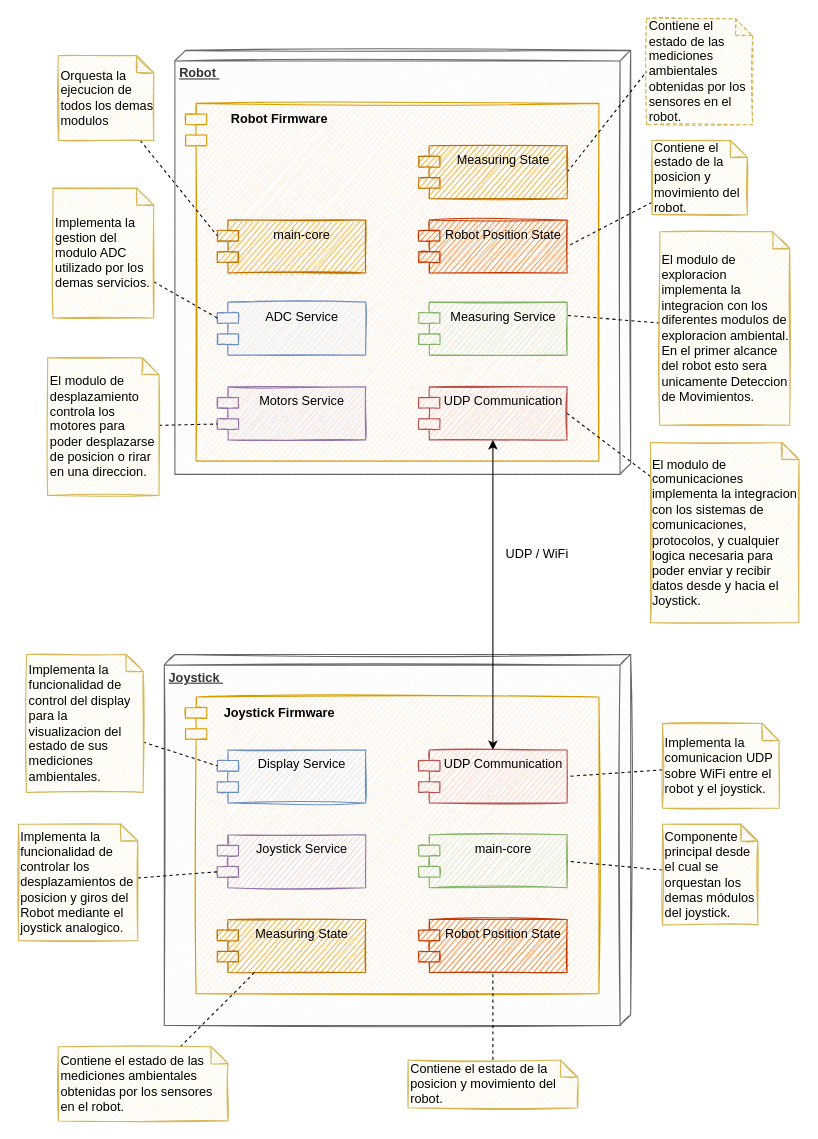
The draw.io diagram page "Arquitectura General v2" (5 of 12) of docs/ProyectoFinal.drawio in kronleuchter85/cese_proyecto_final, before the edit. Source tidied: cells renumbered, new cells numbered last; positions are measured from the earlier drawing's top-left corner, leaving out a move shared by most shapes. Both pictures are drawn from the tidied source at 106%, with x=0, y=0 at pixel (18, 18).
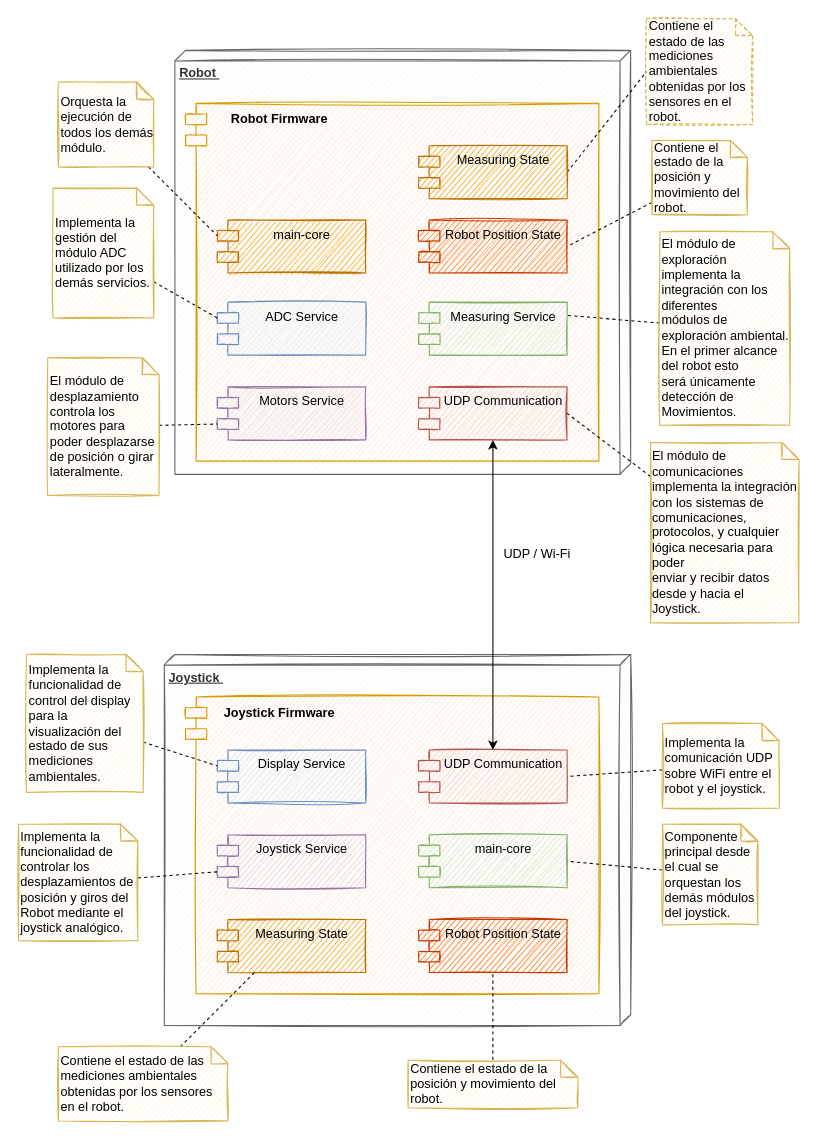
After the change.

Change to the diagram source:
```diff
@@
-    <mxCell id="10" value="El modulo de desplazamiento controla los motores para poder desplazarse de posicion o rirar en una direccion." style="shape=note;whiteSpace=wrap;html=1;backgroundOutline=1;darkOpacity=0.05;sketch=1;size=16;align=left;fillColor=#fff2cc;strokeColor=#d6b656;" parent="1" vertex="1">
+    <mxCell id="10" value="&lt;div&gt;El módulo de desplazamiento controla los motores para poder desplazarse de posición o girar lateralmente.&lt;/div&gt;" style="shape=note;whiteSpace=wrap;html=1;backgroundOutline=1;darkOpacity=0.05;sketch=1;size=16;align=left;fillColor=#fff2cc;strokeColor=#d6b656;" parent="1" vertex="1">
       <mxGeometry x="27.5" y="320" width="105" height="130" as="geometry" />
     </mxCell>
@@
-    <mxCell id="12" value="Implementa la gestion del modulo ADC utilizado por los demas servicios." style="shape=note;whiteSpace=wrap;html=1;backgroundOutline=1;darkOpacity=0.05;sketch=1;size=16;align=left;fillColor=#fff2cc;strokeColor=#d6b656;" parent="1" vertex="1">
+    <mxCell id="12" value="&lt;div&gt;Implementa la gestión del módulo ADC utilizado por los demás servicios.&lt;/div&gt;" style="shape=note;whiteSpace=wrap;html=1;backgroundOutline=1;darkOpacity=0.05;sketch=1;size=16;align=left;fillColor=#fff2cc;strokeColor=#d6b656;" parent="1" vertex="1">
       <mxGeometry x="32.5" y="160" width="95" height="122.5" as="geometry" />
     </mxCell>
@@
-    <mxCell id="14" value="El modulo de exploracion implementa la integracion con los diferentes modulos de exploracion ambiental. En el primer alcance del robot esto sera unicamente Deteccion de Movimientos.&amp;nbsp;&amp;nbsp;" style="shape=note;whiteSpace=wrap;html=1;backgroundOutline=1;darkOpacity=0.05;sketch=1;size=16;align=left;fillColor=#fff2cc;strokeColor=#d6b656;" parent="1" vertex="1">
+    <mxCell id="14" value="&lt;div&gt;&lt;br&gt;El&amp;nbsp;módulo de exploración implementa la integración con los diferentes &lt;br&gt;módulos de exploración ambiental. En el primer alcance del robot esto &lt;br&gt;será únicamente detección de Movimientos.&amp;nbsp;&amp;nbsp;&lt;br&gt;&lt;br&gt;&lt;/div&gt;" style="shape=note;whiteSpace=wrap;html=1;backgroundOutline=1;darkOpacity=0.05;sketch=1;size=16;align=left;fillColor=#fff2cc;strokeColor=#d6b656;" parent="1" vertex="1">
       <mxGeometry x="605" y="201.2" width="122.5" height="182.5" as="geometry" />
     </mxCell>
@@
-    <mxCell id="16" value="El modulo de comunicaciones implementa la integracion con los sistemas de comunicaciones, protocolos, y cualquier logica necesaria para poder enviar y recibir datos desde y hacia el Joystick.&amp;nbsp;" style="shape=note;whiteSpace=wrap;html=1;backgroundOutline=1;darkOpacity=0.05;sketch=1;size=16;align=left;fillColor=#fff2cc;strokeColor=#d6b656;" parent="1" vertex="1">
+    <mxCell id="16" value="El módulo de comunicaciones implementa la integración con los sistemas de &lt;br&gt;comunicaciones, protocolos, y cualquier lógica necesaria para poder &lt;br&gt;enviar y recibir datos desde y hacia el Joystick.&amp;nbsp;" style="shape=note;whiteSpace=wrap;html=1;backgroundOutline=1;darkOpacity=0.05;sketch=1;size=16;align=left;fillColor=#fff2cc;strokeColor=#d6b656;" parent="1" vertex="1">
       <mxGeometry x="596.2" y="400" width="140" height="170" as="geometry" />
     </mxCell>
@@
-    <mxCell id="24" value="UDP / WiFi" style="text;html=1;strokeColor=none;fillColor=none;align=center;verticalAlign=middle;whiteSpace=wrap;rounded=0;sketch=1;" parent="1" vertex="1">
+    <mxCell id="24" value="UDP / Wi-Fi" style="text;html=1;strokeColor=none;fillColor=none;align=center;verticalAlign=middle;whiteSpace=wrap;rounded=0;sketch=1;" parent="1" vertex="1">
       <mxGeometry x="447.5" y="490" width="82.5" height="30" as="geometry" />
     </mxCell>
@@
-    <mxCell id="26" value="Implementa la funcionalidad de controlar los desplazamientos de posicion y giros del Robot mediante el joystick analogico." style="shape=note;whiteSpace=wrap;html=1;backgroundOutline=1;darkOpacity=0.05;sketch=1;size=16;align=left;fillColor=#fff2cc;strokeColor=#d6b656;" parent="1" vertex="1">
+    <mxCell id="26" value="Implementa la funcionalidad de controlar los desplazamientos de posición y giros del Robot mediante el joystick analógico." style="shape=note;whiteSpace=wrap;html=1;backgroundOutline=1;darkOpacity=0.05;sketch=1;size=16;align=left;fillColor=#fff2cc;strokeColor=#d6b656;" parent="1" vertex="1">
       <mxGeometry y="760" width="112.5" height="110" as="geometry" />
     </mxCell>
@@
-    <mxCell id="28" value="Implementa la funcionalidad de control del display para la visualizacion del estado de sus mediciones ambientales." style="shape=note;whiteSpace=wrap;html=1;backgroundOutline=1;darkOpacity=0.05;sketch=1;size=16;align=left;fillColor=#fff2cc;strokeColor=#d6b656;" parent="1" vertex="1">
+    <mxCell id="28" value="Implementa la funcionalidad de control del display para la visualización del estado de sus mediciones ambientales." style="shape=note;whiteSpace=wrap;html=1;backgroundOutline=1;darkOpacity=0.05;sketch=1;size=16;align=left;fillColor=#fff2cc;strokeColor=#d6b656;" parent="1" vertex="1">
       <mxGeometry x="7.5" y="600" width="110" height="130" as="geometry" />
     </mxCell>
@@
-    <mxCell id="30" value="Implementa la comunicacion UDP sobre WiFi entre el robot y el joystick." style="shape=note;whiteSpace=wrap;html=1;backgroundOutline=1;darkOpacity=0.05;sketch=1;size=16;align=left;fillColor=#fff2cc;strokeColor=#d6b656;" parent="1" vertex="1">
+    <mxCell id="30" value="Implementa la comunicación UDP sobre WiFi entre el robot y el joystick." style="shape=note;whiteSpace=wrap;html=1;backgroundOutline=1;darkOpacity=0.05;sketch=1;size=16;align=left;fillColor=#fff2cc;strokeColor=#d6b656;" parent="1" vertex="1">
       <mxGeometry x="607.5" y="665" width="110" height="80" as="geometry" />
     </mxCell>
@@
-    <mxCell id="32" value="Componente principal desde el cual se orquestan los demas módulos del joystick." style="shape=note;whiteSpace=wrap;html=1;backgroundOutline=1;darkOpacity=0.05;sketch=1;size=16;align=left;fillColor=#fff2cc;strokeColor=#d6b656;" parent="1" vertex="1">
+    <mxCell id="32" value="Componente principal desde el cual se orquestan los demás módulos del joystick." style="shape=note;whiteSpace=wrap;html=1;backgroundOutline=1;darkOpacity=0.05;sketch=1;size=16;align=left;fillColor=#fff2cc;strokeColor=#d6b656;" parent="1" vertex="1">
       <mxGeometry x="607.5" y="760" width="90" height="95" as="geometry" />
     </mxCell>
@@
-    <mxCell id="37" value="Orquesta la ejecucion de todos los demas modulos" style="shape=note;whiteSpace=wrap;html=1;backgroundOutline=1;darkOpacity=0.05;sketch=1;size=16;align=left;fillColor=#fff2cc;strokeColor=#d6b656;" parent="1" vertex="1">
-      <mxGeometry x="37.5" y="35" width="90" height="80" as="geometry" />
+    <mxCell id="37" value="&lt;div&gt;Orquesta la ejecución de todos los demás módulo.&lt;/div&gt;" style="shape=note;whiteSpace=wrap;html=1;backgroundOutline=1;darkOpacity=0.05;sketch=1;size=16;align=left;fillColor=#fff2cc;strokeColor=#d6b656;" parent="1" vertex="1">
+      <mxGeometry x="37.5" y="60" width="90" height="80" as="geometry" />
     </mxCell>
@@
-    <mxCell id="42" value="Contiene el estado de la posicion y movimiento del robot.&amp;nbsp;" style="shape=note;whiteSpace=wrap;html=1;backgroundOutline=1;darkOpacity=0.05;sketch=1;size=16;align=left;fillColor=#fff2cc;strokeColor=#d6b656;" parent="1" vertex="1">
+    <mxCell id="42" value="Contiene el estado de la posición y movimiento del robot.&amp;nbsp;" style="shape=note;whiteSpace=wrap;html=1;backgroundOutline=1;darkOpacity=0.05;sketch=1;size=16;align=left;fillColor=#fff2cc;strokeColor=#d6b656;" parent="1" vertex="1">
       <mxGeometry x="597.5" y="115" width="90" height="70" as="geometry" />
     </mxCell>
@@
-    <mxCell id="45" value="Contiene el estado de la posicion y movimiento del robot.&amp;nbsp;" style="shape=note;whiteSpace=wrap;html=1;backgroundOutline=1;darkOpacity=0.05;sketch=1;size=16;align=left;fillColor=#fff2cc;strokeColor=#d6b656;" parent="1" vertex="1">
+    <mxCell id="45" value="Contiene el estado de la posición y movimiento del robot.&amp;nbsp;" style="shape=note;whiteSpace=wrap;html=1;backgroundOutline=1;darkOpacity=0.05;sketch=1;size=16;align=left;fillColor=#fff2cc;strokeColor=#d6b656;" parent="1" vertex="1">
       <mxGeometry x="367.5" y="982.5" width="160" height="45" as="geometry" />
     </mxCell>
```
